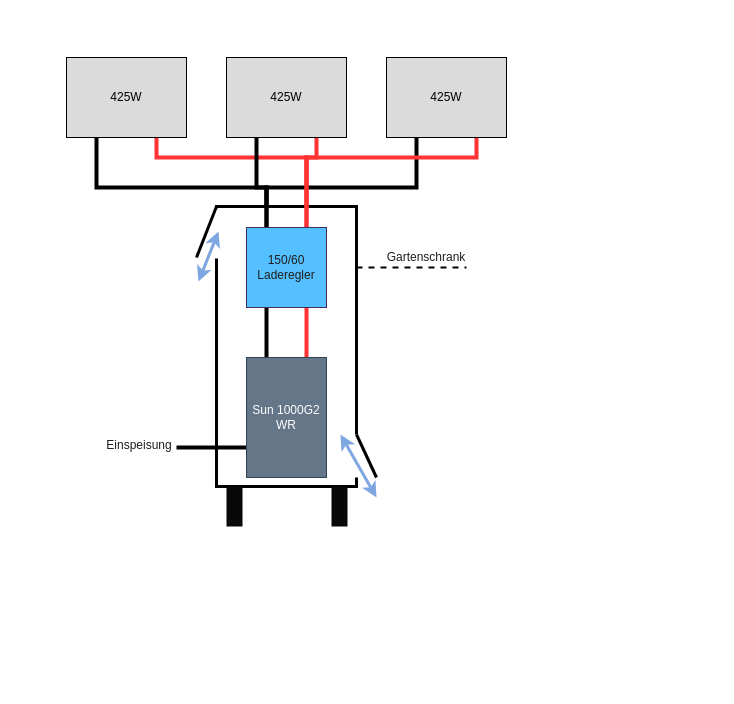
swingstate/swingstate keeps this draw.io diagram as Solaranlage Planung.drawio. Above is the earlier version. Source tidied: cells renumbered, new cells numbered last; positions are measured from the earlier drawing's top-left corner, leaving out a move shared by most shapes. Both pictures are drawn from the tidied source at 100%, with x=0, y=0 at pixel (66, 57).
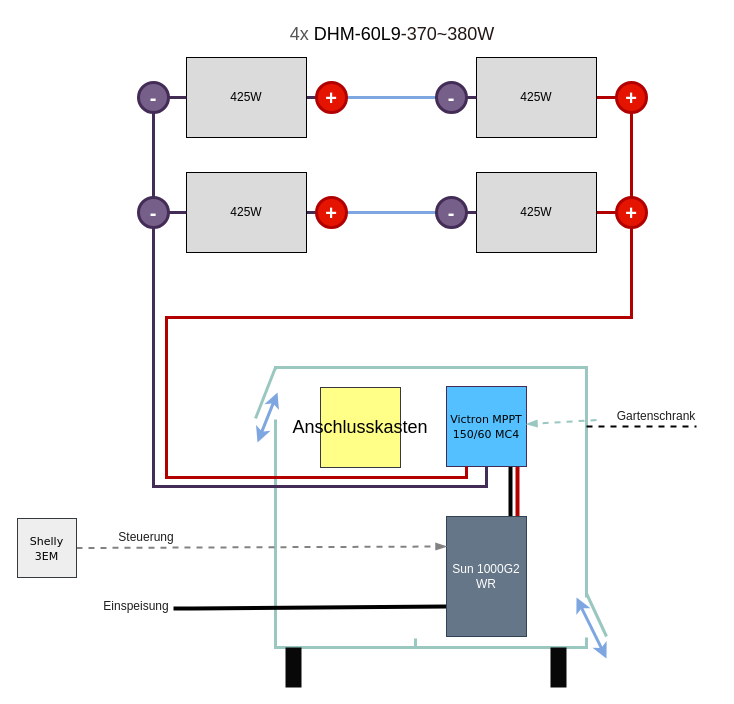
After the change.

Diff of the diagram source:
```diff
@@
-    <mxCell id="2" style="rounded=0;whiteSpace=wrap;html=1;fontColor=#1F1F1F;fillColor=none;strokeWidth=3;shadow=0;glass=0;" parent="1" vertex="1">
-      <mxGeometry x="150" y="149" width="140" height="280" as="geometry" />
+    <mxCell id="2" style="rounded=0;whiteSpace=wrap;html=1;fontColor=#1F1F1F;fillColor=none;strokeWidth=3;shadow=0;glass=0;strokeColor=#9AC7BF;" parent="1" vertex="1">
+      <mxGeometry x="209" y="310" width="311" height="280" as="geometry" />
     </mxCell>
-    <mxCell id="3" style="edgeStyle=orthogonalEdgeStyle;rounded=0;jettySize=auto;html=1;exitX=1;exitY=0.75;exitDx=0;exitDy=0;entryX=0.25;entryY=0;entryDx=0;entryDy=0;endArrow=none;endFill=0;strokeWidth=4;" parent="1" edge="1" source="5" target="13">
-      <mxGeometry relative="1" as="geometry">
-        <Array as="points">
-          <mxPoint x="30" y="130" />
-          <mxPoint x="200" y="130" />
-        </Array>
-      </mxGeometry>
-    </mxCell>
-    <mxCell id="4" style="edgeStyle=orthogonalEdgeStyle;rounded=0;jettySize=auto;html=1;exitX=1;exitY=0.25;exitDx=0;exitDy=0;entryX=0.75;entryY=0;entryDx=0;entryDy=0;strokeWidth=4;endArrow=none;endFill=0;fillColor=#e51400;strokeColor=#FF3333;" parent="1" edge="1" source="5" target="13">
-      <mxGeometry relative="1" as="geometry">
-        <Array as="points">
-          <mxPoint x="90" y="100" />
-          <mxPoint x="240" y="100" />
-        </Array>
-      </mxGeometry>
-    </mxCell>
+    <mxCell id="31" style="rounded=0;jumpSize=4;jettySize=auto;html=1;exitX=1;exitY=0.5;exitDx=0;exitDy=0;entryX=0;entryY=0.5;entryDx=0;entryDy=0;strokeColor=#432D57;strokeWidth=3;fontSize=20;fontColor=#1F1F1F;endArrow=none;endFill=0;fillColor=#76608a;" parent="1" edge="1" source="5" target="38">
+      <mxGeometry relative="1" as="geometry" />
+    </mxCell>
     <mxCell id="5" value="425W" style="rounded=0;whiteSpace=wrap;html=1;rotation=0;fillColor=#DBDBDB;" parent="1" vertex="1">
-      <mxGeometry width="120" height="80" as="geometry" />
+      <mxGeometry x="120" width="120" height="80" as="geometry" />
     </mxCell>
-    <mxCell id="6" style="edgeStyle=orthogonalEdgeStyle;rounded=0;jettySize=auto;html=1;exitX=1;exitY=0.75;exitDx=0;exitDy=0;endArrow=none;endFill=0;strokeWidth=4;" parent="1" edge="1" source="8">
-      <mxGeometry relative="1" as="geometry">
-        <mxPoint x="200" y="150" as="targetPoint" />
-        <Array as="points">
-          <mxPoint x="350" y="130" />
-          <mxPoint x="200" y="130" />
-        </Array>
-      </mxGeometry>
-    </mxCell>
-    <mxCell id="7" style="edgeStyle=orthogonalEdgeStyle;rounded=0;jettySize=auto;html=1;exitX=1;exitY=0.25;exitDx=0;exitDy=0;strokeColor=#FF3333;strokeWidth=4;endArrow=none;endFill=0;" parent="1" edge="1" source="8">
-      <mxGeometry relative="1" as="geometry">
-        <mxPoint x="240" y="150" as="targetPoint" />
-        <Array as="points">
-          <mxPoint x="410" y="100" />
-          <mxPoint x="240" y="100" />
-        </Array>
-      </mxGeometry>
-    </mxCell>
+    <mxCell id="32" style="rounded=0;jumpSize=4;jettySize=auto;html=1;exitX=0.5;exitY=0;exitDx=0;exitDy=0;entryX=0;entryY=0.5;entryDx=0;entryDy=0;strokeColor=#432D57;strokeWidth=3;fontSize=20;fontColor=#1F1F1F;endArrow=none;endFill=0;fillColor=#76608a;" parent="1" edge="1" source="8" target="40">
+      <mxGeometry relative="1" as="geometry" />
+    </mxCell>
     <mxCell id="8" value="425W" style="rounded=0;whiteSpace=wrap;html=1;direction=south;fillColor=#DBDBDB;" parent="1" vertex="1">
-      <mxGeometry x="320" width="120" height="80" as="geometry" />
+      <mxGeometry x="120" y="115" width="120" height="80" as="geometry" />
     </mxCell>
-    <mxCell id="9" style="edgeStyle=orthogonalEdgeStyle;rounded=0;jettySize=auto;html=1;exitX=1;exitY=0.75;exitDx=0;exitDy=0;entryX=0.25;entryY=0;entryDx=0;entryDy=0;endArrow=none;endFill=0;strokeWidth=4;" parent="1" edge="1" target="13">
-      <mxGeometry relative="1" as="geometry">
-        <mxPoint x="260" y="70" as="sourcePoint" />
-        <Array as="points">
-          <mxPoint x="190" y="130" />
-          <mxPoint x="200" y="130" />
-        </Array>
-      </mxGeometry>
-    </mxCell>
-    <mxCell id="10" style="edgeStyle=orthogonalEdgeStyle;rounded=0;jettySize=auto;html=1;strokeColor=#FF3333;strokeWidth=4;endArrow=none;endFill=0;entryX=0.75;entryY=0;entryDx=0;entryDy=0;exitX=1;exitY=0.25;exitDx=0;exitDy=0;startArrow=none;" parent="1" edge="1" source="17" target="13">
-      <mxGeometry relative="1" as="geometry">
-        <Array as="points">
-          <mxPoint x="250" y="100" />
-          <mxPoint x="240" y="100" />
-        </Array>
-      </mxGeometry>
-    </mxCell>
-    <mxCell id="11" style="edgeStyle=none;rounded=0;jettySize=auto;html=1;exitX=0.25;exitY=1;exitDx=0;exitDy=0;entryX=0.25;entryY=0;entryDx=0;entryDy=0;strokeColor=#000000;strokeWidth=4;endArrow=none;endFill=0;fillColor=#e51400;" parent="1" edge="1" source="13" target="15">
-      <mxGeometry relative="1" as="geometry" />
+    <mxCell id="11" style="edgeStyle=none;rounded=0;orthogonalLoop=1;jettySize=auto;html=1;exitX=0.25;exitY=1;exitDx=0;exitDy=0;entryX=0.25;entryY=0;entryDx=0;entryDy=0;strokeColor=#000000;strokeWidth=4;endArrow=none;endFill=0;fillColor=#e51400;" parent="1" edge="1">
+      <mxGeometry relative="1" as="geometry">
+        <mxPoint x="444" y="409" as="sourcePoint" />
+        <mxPoint x="444" y="459" as="targetPoint" />
+      </mxGeometry>
     </mxCell>
-    <mxCell id="12" style="edgeStyle=none;rounded=0;jettySize=auto;html=1;exitX=0.75;exitY=1;exitDx=0;exitDy=0;entryX=0.75;entryY=0;entryDx=0;entryDy=0;strokeColor=#FF3333;strokeWidth=4;endArrow=none;endFill=0;" parent="1" edge="1" source="13" target="15">
-      <mxGeometry relative="1" as="geometry" />
+    <mxCell id="12" style="edgeStyle=none;rounded=0;orthogonalLoop=1;jettySize=auto;html=1;exitX=0.75;exitY=1;exitDx=0;exitDy=0;entryX=0.75;entryY=0;entryDx=0;entryDy=0;strokeColor=#B20000;strokeWidth=4;endArrow=none;endFill=0;fillColor=#e51400;" parent="1" edge="1">
+      <mxGeometry relative="1" as="geometry">
+        <mxPoint x="451" y="409" as="sourcePoint" />
+        <mxPoint x="451" y="459" as="targetPoint" />
+      </mxGeometry>
     </mxCell>
-    <mxCell id="13" value="150/60 Laderegler" style="whiteSpace=wrap;html=1;fillColor=#54C0FF;fontColor=#1F1F1F;strokeColor=#432D57;" parent="1" vertex="1">
-      <mxGeometry x="180" y="170" width="80" height="80" as="geometry" />
+    <mxCell id="13" value="&lt;font color=&quot;#000000&quot; style=&quot;box-sizing: border-box; transition: color 0.2s ease 0s; font-size: 11px;&quot; face=&quot;Verdana&quot;&gt;Victron MPPT 150/60 MC4&lt;/font&gt;" style="whiteSpace=wrap;html=1;fillColor=#54C0FF;fontColor=#1F1F1F;strokeColor=#432D57;align=center;" parent="1" vertex="1">
+      <mxGeometry x="380" y="329" width="80" height="80" as="geometry" />
     </mxCell>
     <mxCell id="14" style="edgeStyle=none;rounded=0;jettySize=auto;html=1;exitX=0;exitY=0.75;exitDx=0;exitDy=0;strokeColor=#000000;strokeWidth=4;endArrow=none;endFill=0;" parent="1" edge="1" source="15">
       <mxGeometry relative="1" as="geometry">
-        <mxPoint x="130" y="390" as="targetPoint" />
+        <mxPoint x="127" y="551" as="targetPoint" />
         <Array as="points">
-          <mxPoint x="130" y="390" />
-          <mxPoint x="110" y="390" />
+          <mxPoint x="127" y="551" />
+          <mxPoint x="107" y="551" />
         </Array>
       </mxGeometry>
     </mxCell>
     <mxCell id="15" value="Sun 1000G2&lt;br&gt;WR" style="rounded=0;whiteSpace=wrap;html=1;fillColor=#647687;fontColor=#ffffff;strokeColor=#314354;" parent="1" vertex="1">
-      <mxGeometry x="180" y="300" width="80" height="120" as="geometry" />
+      <mxGeometry x="380" y="459" width="80" height="120" as="geometry" />
     </mxCell>
-    <mxCell id="16" style="edgeStyle=orthogonalEdgeStyle;rounded=0;jettySize=auto;html=1;strokeColor=#FF3333;strokeWidth=4;endArrow=none;endFill=0;entryX=0.75;entryY=0;entryDx=0;entryDy=0;exitX=1;exitY=0.25;exitDx=0;exitDy=0;" parent="1" edge="1" target="17">
-      <mxGeometry relative="1" as="geometry">
-        <mxPoint x="260" y="10" as="sourcePoint" />
-      </mxGeometry>
-    </mxCell>
+    <mxCell id="33" style="edgeStyle=none;rounded=0;jumpSize=4;jettySize=auto;html=1;exitX=1;exitY=0.5;exitDx=0;exitDy=0;entryX=0;entryY=0.5;entryDx=0;entryDy=0;strokeColor=#B20000;strokeWidth=3;fontSize=20;fontColor=#1F1F1F;endArrow=none;endFill=0;fillColor=#e51400;" parent="1" edge="1" source="17" target="42">
+      <mxGeometry relative="1" as="geometry" />
+    </mxCell>
     <mxCell id="17" value="425W" style="rounded=0;whiteSpace=wrap;html=1;rotation=0;fillColor=#DBDBDB;" parent="1" vertex="1">
-      <mxGeometry x="160" width="120" height="80" as="geometry" />
+      <mxGeometry x="410" width="120" height="80" as="geometry" />
     </mxCell>
     <mxCell id="18" style="line;strokeWidth=2;html=1;rounded=0;shadow=0;glass=0;dashed=1;sketch=0;fontColor=#1F1F1F;fillColor=none;" parent="1" vertex="1">
-      <mxGeometry x="290" y="205" width="110" height="10" as="geometry" />
+      <mxGeometry x="520" y="364" width="110" height="10" as="geometry" />
     </mxCell>
+    <mxCell id="34" style="edgeStyle=none;rounded=0;jumpSize=4;jettySize=auto;html=1;dashed=1;strokeColor=#9AC7BF;strokeWidth=2;fontFamily=Helvetica;fontSize=18;fontColor=#000000;endArrow=blockThin;endFill=1;" parent="1" edge="1" source="19" target="13">
+      <mxGeometry relative="1" as="geometry" />
+    </mxCell>
     <mxCell id="19" value="Gartenschrank" style="rounded=0;whiteSpace=wrap;html=1;shadow=0;glass=0;dashed=1;sketch=0;strokeWidth=3;fontColor=#1F1F1F;fillColor=none;strokeColor=none;" parent="1" vertex="1">
-      <mxGeometry x="300" y="170" width="120" height="60" as="geometry" />
+      <mxGeometry x="530" y="329" width="120" height="60" as="geometry" />
     </mxCell>
     <mxCell id="20" style="rounded=0;whiteSpace=wrap;html=1;shadow=0;glass=0;dashed=1;sketch=0;strokeWidth=3;fontColor=#1F1F1F;fillColor=default;strokeColor=none;" parent="1" vertex="1">
-      <mxGeometry x="131" y="151" width="30" height="50" as="geometry" />
+      <mxGeometry x="190" y="312" width="30" height="50" as="geometry" />
     </mxCell>
-    <mxCell id="21" style="edgeStyle=none;rounded=0;orthogonalLoop=1;jettySize=auto;html=1;exitX=0;exitY=0;exitDx=0;exitDy=0;strokeColor=default;strokeWidth=3;fontColor=#1F1F1F;endArrow=none;endFill=0;jumpSize=4;" parent="1" edge="1">
+    <mxCell id="21" style="edgeStyle=none;rounded=0;orthogonalLoop=1;jettySize=auto;html=1;exitX=0;exitY=0;exitDx=0;exitDy=0;strokeColor=#9AC7BF;strokeWidth=3;fontColor=#1F1F1F;endArrow=none;endFill=0;jumpSize=4;" parent="1" edge="1">
       <mxGeometry relative="1" as="geometry">
-        <mxPoint x="150" y="149" as="sourcePoint" />
-        <mxPoint x="130" y="200" as="targetPoint" />
+        <mxPoint x="209" y="310" as="sourcePoint" />
+        <mxPoint x="189" y="361" as="targetPoint" />
       </mxGeometry>
     </mxCell>
     <mxCell id="22" style="rounded=0;whiteSpace=wrap;html=1;shadow=0;glass=0;dashed=1;sketch=0;strokeWidth=3;fontColor=#1F1F1F;fillColor=default;strokeColor=none;" parent="1" vertex="1">
-      <mxGeometry x="274" y="377" width="30" height="50" as="geometry" />
+      <mxGeometry x="510" y="540" width="20" height="40" as="geometry" />
     </mxCell>
-    <mxCell id="23" style="edgeStyle=none;rounded=0;orthogonalLoop=1;jettySize=auto;html=1;strokeColor=default;strokeWidth=3;fontColor=#1F1F1F;endArrow=none;endFill=0;jumpSize=4;" parent="1" edge="1">
+    <mxCell id="23" style="edgeStyle=none;rounded=0;orthogonalLoop=1;jettySize=auto;html=1;strokeColor=#9AC7BF;strokeWidth=3;fontColor=#1F1F1F;endArrow=none;endFill=0;jumpSize=4;" parent="1" edge="1">
       <mxGeometry relative="1" as="geometry">
-        <mxPoint x="310" y="420" as="sourcePoint" />
-        <mxPoint x="290" y="377" as="targetPoint" />
+        <mxPoint x="540" y="579" as="sourcePoint" />
+        <mxPoint x="520" y="536" as="targetPoint" />
       </mxGeometry>
     </mxCell>
     <mxCell id="24" style="rounded=0;whiteSpace=wrap;html=1;shadow=0;glass=0;sketch=0;strokeColor=none;strokeWidth=3;fontColor=#1F1F1F;fillColor=#080808;" parent="1" vertex="1">
-      <mxGeometry x="160" y="429" width="16" height="40" as="geometry" />
+      <mxGeometry x="219" y="590" width="16" height="40" as="geometry" />
     </mxCell>
     <mxCell id="25" style="rounded=0;whiteSpace=wrap;html=1;shadow=0;glass=0;sketch=0;strokeColor=none;strokeWidth=3;fontColor=#1F1F1F;fillColor=#080808;" parent="1" vertex="1">
-      <mxGeometry x="265" y="429" width="16" height="40" as="geometry" />
+      <mxGeometry x="484" y="590" width="16" height="40" as="geometry" />
     </mxCell>
@@
-    <mxCell id="27" style="endArrow=none;html=1;rounded=0;strokeColor=default;strokeWidth=3;fontColor=#1F1F1F;jumpSize=4;" parent="1" edge="1">
+    <mxCell id="27" style="endArrow=none;html=1;rounded=0;strokeColor=#9AC7BF;strokeWidth=3;fontColor=#1F1F1F;jumpSize=4;" parent="1" edge="1">
       <mxGeometry relative="1" as="geometry">
-        <mxPoint x="290" y="420" as="sourcePoint" />
-        <mxPoint x="290" y="430" as="targetPoint" />
+        <mxPoint x="349" y="581" as="sourcePoint" />
+        <mxPoint x="349" y="591" as="targetPoint" />
         <Array as="points">
-          <mxPoint x="290" y="430" />
+          <mxPoint x="349" y="591" />
         </Array>
       </mxGeometry>
     </mxCell>
     <mxCell id="28" style="endArrow=classic;startArrow=classic;html=1;rounded=0;strokeColor=#7EA6E0;strokeWidth=3;fontColor=#1F1F1F;jumpSize=4;entryX=0;entryY=0;entryDx=0;entryDy=0;" parent="1" edge="1" target="22">
       <mxGeometry relative="1" as="geometry">
-        <mxPoint x="310" y="440" as="sourcePoint" />
+        <mxPoint x="540" y="601" as="sourcePoint" />
       </mxGeometry>
     </mxCell>
     <mxCell id="29" style="endArrow=classic;startArrow=classic;html=1;rounded=0;strokeColor=#7EA6E0;strokeWidth=3;fontColor=#1F1F1F;jumpSize=4;" parent="1" edge="1">
       <mxGeometry relative="1" as="geometry">
-        <mxPoint x="132" y="224" as="sourcePoint" />
-        <mxPoint x="152" y="174" as="targetPoint" />
+        <mxPoint x="191" y="385" as="sourcePoint" />
+        <mxPoint x="211" y="335" as="targetPoint" />
       </mxGeometry>
     </mxCell>
     <mxCell id="30" value="Einspeisung" style="rounded=0;whiteSpace=wrap;html=1;shadow=0;glass=0;dashed=1;sketch=0;strokeWidth=3;fontColor=#1F1F1F;fillColor=none;strokeColor=none;" parent="1" vertex="1">
-      <mxGeometry x="13" y="358" width="120" height="60" as="geometry" />
+      <mxGeometry x="10" y="519" width="120" height="60" as="geometry" />
     </mxCell>
+    <mxCell id="35" style="edgeStyle=none;rounded=0;jumpSize=4;jettySize=auto;html=1;exitX=0.5;exitY=0;exitDx=0;exitDy=0;entryX=0;entryY=0.5;entryDx=0;entryDy=0;strokeColor=#B20000;strokeWidth=3;fontSize=20;fontColor=#1F1F1F;endArrow=none;endFill=0;fillColor=#e51400;" parent="1" edge="1" source="36" target="44">
+      <mxGeometry relative="1" as="geometry" />
+    </mxCell>
+    <mxCell id="36" value="425W" style="rounded=0;whiteSpace=wrap;html=1;direction=south;fillColor=#DBDBDB;" parent="1" vertex="1">
+      <mxGeometry x="410" y="115" width="120" height="80" as="geometry" />
+    </mxCell>
+    <mxCell id="37" style="edgeStyle=none;rounded=0;jumpSize=4;jettySize=auto;html=1;exitX=1;exitY=0.5;exitDx=0;exitDy=0;entryX=0;entryY=0.5;entryDx=0;entryDy=0;strokeColor=#7EA6E0;strokeWidth=3;fontSize=20;fontColor=#1F1F1F;endArrow=none;endFill=0;" parent="1" edge="1" source="38" target="52">
+      <mxGeometry relative="1" as="geometry" />
+    </mxCell>
+    <mxCell id="38" value="&lt;font size=&quot;1&quot;&gt;&lt;b style=&quot;font-size: 20px;&quot;&gt;+&lt;/b&gt;&lt;/font&gt;" style="ellipse;whiteSpace=wrap;html=1;rounded=0;shadow=0;glass=0;sketch=0;strokeColor=#B20000;strokeWidth=3;fontColor=#ffffff;fillColor=#e51400;align=center;" parent="1" vertex="1">
+      <mxGeometry x="250" y="25" width="30" height="30" as="geometry" />
+    </mxCell>
+    <mxCell id="39" style="rounded=0;jumpSize=4;jettySize=auto;html=1;exitX=1;exitY=0.5;exitDx=0;exitDy=0;entryX=0;entryY=0.5;entryDx=0;entryDy=0;strokeColor=#7EA6E0;strokeWidth=3;fontSize=20;fontColor=#1F1F1F;endArrow=none;endFill=0;" parent="1" edge="1" source="40" target="54">
+      <mxGeometry relative="1" as="geometry" />
+    </mxCell>
+    <mxCell id="40" value="&lt;font size=&quot;1&quot;&gt;&lt;b style=&quot;font-size: 20px;&quot;&gt;+&lt;/b&gt;&lt;/font&gt;" style="ellipse;whiteSpace=wrap;html=1;rounded=0;shadow=0;glass=0;sketch=0;strokeColor=#B20000;strokeWidth=3;fontColor=#ffffff;fillColor=#e51400;align=center;" parent="1" vertex="1">
+      <mxGeometry x="250" y="140" width="30" height="30" as="geometry" />
+    </mxCell>
+    <mxCell id="41" style="edgeStyle=none;rounded=0;jumpSize=4;jettySize=auto;html=1;exitX=0.5;exitY=1;exitDx=0;exitDy=0;entryX=0.5;entryY=0;entryDx=0;entryDy=0;strokeColor=#B20000;strokeWidth=3;fontSize=20;fontColor=#1F1F1F;endArrow=none;endFill=0;fillColor=#e51400;" parent="1" edge="1" source="42" target="44">
+      <mxGeometry relative="1" as="geometry" />
+    </mxCell>
+    <mxCell id="42" value="&lt;font size=&quot;1&quot;&gt;&lt;b style=&quot;font-size: 20px;&quot;&gt;+&lt;/b&gt;&lt;/font&gt;" style="ellipse;whiteSpace=wrap;html=1;rounded=0;shadow=0;glass=0;sketch=0;strokeColor=#B20000;strokeWidth=3;fontColor=#ffffff;fillColor=#e51400;align=center;" parent="1" vertex="1">
+      <mxGeometry x="550" y="25" width="30" height="30" as="geometry" />
+    </mxCell>
+    <mxCell id="43" style="edgeStyle=orthogonalEdgeStyle;rounded=0;jumpSize=4;jettySize=auto;html=1;exitX=0.5;exitY=1;exitDx=0;exitDy=0;strokeColor=#B20000;strokeWidth=3;fontSize=20;fontColor=#1F1F1F;endArrow=none;endFill=0;fillColor=#e51400;entryX=0.25;entryY=1;entryDx=0;entryDy=0;" parent="1" edge="1" source="44" target="13">
+      <mxGeometry relative="1" as="geometry">
+        <Array as="points">
+          <mxPoint x="565" y="260" />
+          <mxPoint x="100" y="260" />
+          <mxPoint x="100" y="420" />
+          <mxPoint x="400" y="420" />
+        </Array>
+      </mxGeometry>
+    </mxCell>
+    <mxCell id="44" value="&lt;font size=&quot;1&quot;&gt;&lt;b style=&quot;font-size: 20px;&quot;&gt;+&lt;/b&gt;&lt;/font&gt;" style="ellipse;whiteSpace=wrap;html=1;rounded=0;shadow=0;glass=0;sketch=0;strokeColor=#B20000;strokeWidth=3;fontColor=#ffffff;fillColor=#e51400;align=center;" parent="1" vertex="1">
+      <mxGeometry x="550" y="140" width="30" height="30" as="geometry" />
+    </mxCell>
+    <mxCell id="45" style="edgeStyle=none;rounded=0;jumpSize=4;jettySize=auto;html=1;exitX=0.5;exitY=1;exitDx=0;exitDy=0;entryX=0.5;entryY=0;entryDx=0;entryDy=0;strokeColor=#432D57;strokeWidth=3;fontSize=20;fontColor=#1F1F1F;endArrow=none;endFill=0;fillColor=#76608a;" parent="1" edge="1" source="47" target="50">
+      <mxGeometry relative="1" as="geometry" />
+    </mxCell>
+    <mxCell id="46" style="edgeStyle=none;rounded=0;jumpSize=4;jettySize=auto;html=1;exitX=1;exitY=0.5;exitDx=0;exitDy=0;entryX=0;entryY=0.5;entryDx=0;entryDy=0;strokeColor=#432D57;strokeWidth=3;fontSize=20;fontColor=#1F1F1F;endArrow=none;endFill=0;fillColor=#76608a;" parent="1" edge="1" source="47" target="5">
+      <mxGeometry relative="1" as="geometry" />
+    </mxCell>
+    <mxCell id="47" value="&lt;font size=&quot;1&quot;&gt;&lt;b style=&quot;font-size: 20px;&quot;&gt;-&lt;/b&gt;&lt;/font&gt;" style="ellipse;whiteSpace=wrap;html=1;rounded=0;shadow=0;glass=0;sketch=0;strokeColor=#432D57;strokeWidth=3;fontColor=#ffffff;fillColor=#76608a;align=center;" parent="1" vertex="1">
+      <mxGeometry x="72" y="25" width="30" height="30" as="geometry" />
+    </mxCell>
+    <mxCell id="48" style="edgeStyle=none;rounded=0;jumpSize=4;jettySize=auto;html=1;exitX=1;exitY=0.5;exitDx=0;exitDy=0;entryX=0.5;entryY=1;entryDx=0;entryDy=0;strokeColor=#432D57;strokeWidth=3;fontSize=20;fontColor=#1F1F1F;endArrow=none;endFill=0;fillColor=#76608a;" parent="1" edge="1" source="50" target="8">
+      <mxGeometry relative="1" as="geometry" />
+    </mxCell>
+    <mxCell id="49" style="edgeStyle=orthogonalEdgeStyle;rounded=0;jumpSize=4;jettySize=auto;html=1;exitX=0.5;exitY=1;exitDx=0;exitDy=0;entryX=0.5;entryY=1;entryDx=0;entryDy=0;strokeColor=#432D57;strokeWidth=3;fontSize=20;fontColor=#1F1F1F;endArrow=none;endFill=0;fillColor=#76608a;" parent="1" edge="1" source="50" target="13">
+      <mxGeometry relative="1" as="geometry" />
+    </mxCell>
+    <mxCell id="50" value="&lt;font size=&quot;1&quot;&gt;&lt;b style=&quot;font-size: 20px;&quot;&gt;-&lt;/b&gt;&lt;/font&gt;" style="ellipse;whiteSpace=wrap;html=1;rounded=0;shadow=0;glass=0;sketch=0;strokeColor=#432D57;strokeWidth=3;fontColor=#ffffff;fillColor=#76608a;align=center;" parent="1" vertex="1">
+      <mxGeometry x="72" y="140" width="30" height="30" as="geometry" />
+    </mxCell>
+    <mxCell id="51" style="rounded=0;jumpSize=4;jettySize=auto;html=1;exitX=1;exitY=0.5;exitDx=0;exitDy=0;entryX=0;entryY=0.5;entryDx=0;entryDy=0;strokeColor=#432D57;strokeWidth=3;fontSize=20;fontColor=#1F1F1F;endArrow=none;endFill=0;fillColor=#76608a;" parent="1" edge="1" source="52" target="17">
+      <mxGeometry relative="1" as="geometry" />
+    </mxCell>
+    <mxCell id="52" value="&lt;font size=&quot;1&quot;&gt;&lt;b style=&quot;font-size: 20px;&quot;&gt;-&lt;/b&gt;&lt;/font&gt;" style="ellipse;whiteSpace=wrap;html=1;rounded=0;shadow=0;glass=0;sketch=0;strokeColor=#432D57;strokeWidth=3;fontColor=#ffffff;fillColor=#76608a;align=center;" parent="1" vertex="1">
+      <mxGeometry x="370" y="25" width="30" height="30" as="geometry" />
+    </mxCell>
+    <mxCell id="53" style="edgeStyle=none;rounded=0;jumpSize=4;jettySize=auto;html=1;exitX=1;exitY=0.5;exitDx=0;exitDy=0;entryX=0.5;entryY=1;entryDx=0;entryDy=0;strokeColor=#432D57;strokeWidth=3;fontSize=20;fontColor=#1F1F1F;endArrow=none;endFill=0;fillColor=#76608a;" parent="1" edge="1" source="54" target="36">
+      <mxGeometry relative="1" as="geometry" />
+    </mxCell>
+    <mxCell id="54" value="&lt;font size=&quot;1&quot;&gt;&lt;b style=&quot;font-size: 20px;&quot;&gt;-&lt;/b&gt;&lt;/font&gt;" style="ellipse;whiteSpace=wrap;html=1;rounded=0;shadow=0;glass=0;sketch=0;strokeColor=#432D57;strokeWidth=3;fontColor=#ffffff;fillColor=#76608a;align=center;" parent="1" vertex="1">
+      <mxGeometry x="370" y="140" width="30" height="30" as="geometry" />
+    </mxCell>
+    <mxCell id="55" style="edgeStyle=none;rounded=0;jumpSize=4;jettySize=auto;html=1;exitX=1;exitY=0.5;exitDx=0;exitDy=0;entryX=0;entryY=0.25;entryDx=0;entryDy=0;strokeColor=#828282;strokeWidth=2;fontFamily=Verdana;fontSize=11;fontColor=#000000;endArrow=blockThin;endFill=1;dashed=1;" parent="1" edge="1" source="56" target="15">
+      <mxGeometry relative="1" as="geometry" />
+    </mxCell>
+    <mxCell id="56" value="&lt;font color=&quot;#000000&quot; style=&quot;box-sizing: border-box; transition: color 0.2s ease 0s; font-size: 11px;&quot; face=&quot;Verdana&quot;&gt;Shelly 3EM&lt;/font&gt;" style="whiteSpace=wrap;html=1;fillColor=#eeeeee;strokeColor=#36393d;align=center;" parent="1" vertex="1">
+      <mxGeometry x="-49" y="461" width="59" height="59" as="geometry" />
+    </mxCell>
+    <mxCell id="57" value="Steuerung" style="rounded=0;whiteSpace=wrap;html=1;shadow=0;glass=0;dashed=1;sketch=0;strokeWidth=3;fontColor=#1F1F1F;fillColor=none;strokeColor=none;" parent="1" vertex="1">
+      <mxGeometry x="20" y="450" width="120" height="60" as="geometry" />
+    </mxCell>
+    <mxCell id="58" value="&lt;font face=&quot;Helvetica&quot; style=&quot;font-size: 18px;&quot;&gt;&lt;font style=&quot;font-size: 18px;&quot; color=&quot;#545454&quot;&gt;&lt;span style=&quot;caret-color: rgb(84, 84, 84); background-color: rgb(255, 255, 255);&quot;&gt;4x&amp;nbsp;&lt;/span&gt;&lt;/font&gt;DHM-60L9&lt;span style=&quot;color: rgb(34, 24, 21);&quot;&gt;-370~380W&lt;/span&gt;&lt;/font&gt;" style="text;whiteSpace=wrap;html=1;fontSize=11;fontFamily=Verdana;fontColor=#000000;align=center;" parent="1" vertex="1">
+      <mxGeometry x="140" y="-40" width="371.5" height="40" as="geometry" />
+    </mxCell>
+    <mxCell id="59" value="Anschlusskasten" style="whiteSpace=wrap;html=1;rounded=0;shadow=0;glass=0;labelBackgroundColor=none;sketch=0;strokeColor=#36393d;strokeWidth=1;fontFamily=Helvetica;fontSize=18;fillColor=#ffff88;" parent="1" vertex="1">
+      <mxGeometry x="254" y="330" width="80" height="80" as="geometry" />
+    </mxCell>
```
